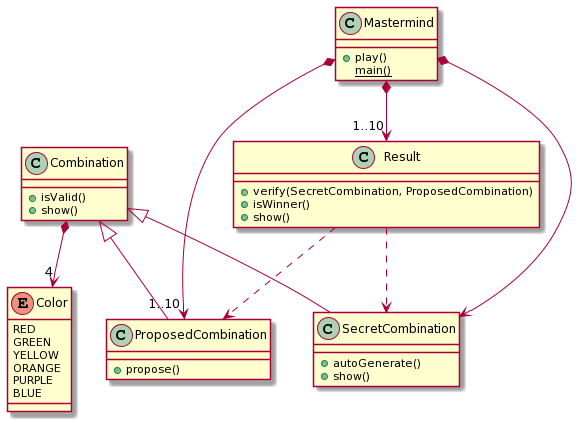
Above: Mastermind.png in Master-Desarrollo-20-21/ejercicio-1-relaciones-entre-clases-ajsinoga (PlantUML), before the change.
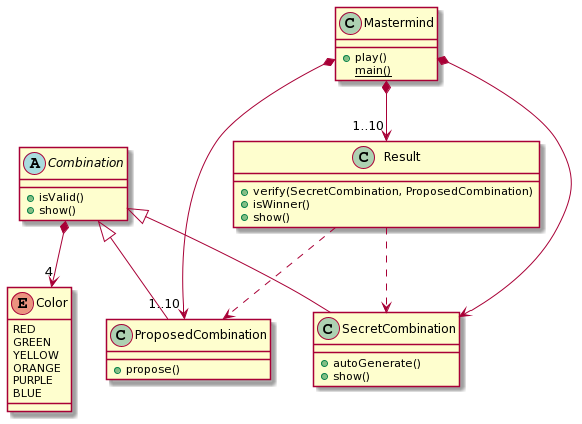
Later version of the same file.

Commit message:
Clase combination abstract

The edit, as a diff of the source:
```diff
@@ -19,7 +19,7 @@
 +propose()
 }
 
-class Combination
+abstract class Combination
 {
 +isValid()
 +show()
```
